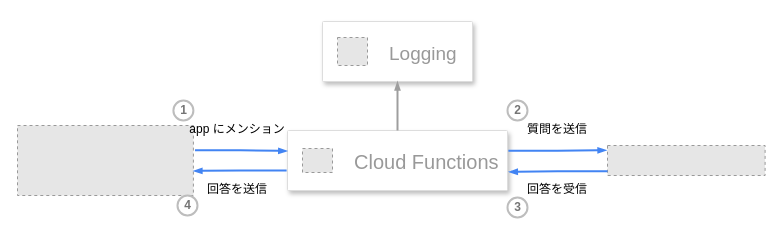
y-tsuritani/SlackChatbot_like_ChatGPT keeps this draw.io diagram as img/architecture.drawio. Above is the earlier version. Source tidied: cells renumbered, new cells numbered last; positions are measured from the earlier drawing's top-left corner, leaving out a move shared by most shapes. Both pictures are drawn from the tidied source at 100%, with x=0, y=0 at pixel (17, 21). Pictures stored in the file or linked from it are replaced by grey dashed boxes.
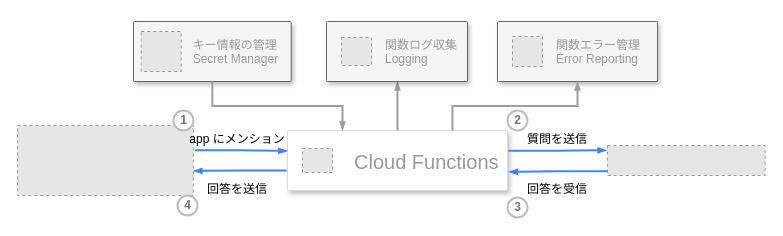
Above is the later version.

Unchanged cells that the change refers to:
```xml
<mxCell id="4" style="strokeColor=#dddddd;shadow=1;strokeWidth=1;rounded=1;absoluteArcSize=1;arcSize=2;" parent="1" vertex="1">
  <mxGeometry x="270" y="109" width="220" height="60" as="geometry" />
</mxCell>
```

What changed in the source:
```diff
@@
-    <mxCell id="6" style="strokeColor=#dddddd;shadow=1;strokeWidth=1;rounded=1;absoluteArcSize=1;arcSize=2;" parent="1" vertex="1">
-      <mxGeometry x="305" width="150" height="60" as="geometry" />
-    </mxCell>
-    <mxCell id="7" value="Logging" style="fillColor=#E6E6E6;strokeColor=#999999;dashed=1;fontColor=#999999;verticalLabelPosition=middle;labelBackgroundColor=#ffffff;verticalAlign=middle;labelPosition=right;align=left;spacingLeft=20;fontSize=19;" parent="6" vertex="1">
-      <mxGeometry width="30" height="28" relative="1" as="geometry">
-        <mxPoint x="15" y="16" as="offset" />
-      </mxGeometry>
-    </mxCell>
@@
-    <mxCell id="12" style="edgeStyle=orthogonalEdgeStyle;fontSize=12;html=1;endArrow=blockThin;endFill=1;rounded=0;strokeWidth=2;endSize=4;startSize=4;dashed=0;strokeColor=#9E9E9E;entryX=0.5;entryY=1;entryDx=0;entryDy=0;exitX=0.5;exitY=0;exitDx=0;exitDy=0;" parent="1" edge="1" source="4" target="6">
-      <mxGeometry relative="1" as="geometry" />
+    <mxCell id="12" style="edgeStyle=orthogonalEdgeStyle;fontSize=12;html=1;endArrow=blockThin;endFill=1;rounded=0;strokeWidth=2;endSize=4;startSize=4;dashed=0;strokeColor=#9E9E9E;entryX=0.5;entryY=1;entryDx=0;entryDy=0;exitX=0.5;exitY=0;exitDx=0;exitDy=0;" parent="1" edge="1" source="4">
+      <mxGeometry relative="1" as="geometry">
+        <mxPoint x="380" y="60" as="targetPoint" />
+      </mxGeometry>
     </mxCell>
     <mxCell id="13" value="&lt;font style=&quot;font-size: 12px;&quot;&gt;app にメンション&lt;/font&gt;" style="text;strokeColor=none;align=center;fillColor=none;html=1;verticalAlign=middle;whiteSpace=wrap;rounded=0;fontSize=12;spacing=0;" parent="1" vertex="1">
-      <mxGeometry x="170" y="99" width="100" height="17" as="geometry" />
+      <mxGeometry x="170" y="109" width="100" height="17" as="geometry" />
     </mxCell>
@@
     <mxCell id="15" value="&lt;font style=&quot;font-size: 12px;&quot;&gt;質問を送信&lt;/font&gt;" style="text;strokeColor=none;align=center;fillColor=none;html=1;verticalAlign=middle;whiteSpace=wrap;rounded=0;fontSize=12;spacing=0;" parent="1" vertex="1">
-      <mxGeometry x="490" y="99" width="100" height="17" as="geometry" />
+      <mxGeometry x="490" y="109" width="100" height="17" as="geometry" />
     </mxCell>
@@
     <mxCell id="17" value="1" style="shape=ellipse;perimeter=ellipsePerimeter;strokeColor=#BDBDBD;strokeWidth=2;shadow=0;gradientColor=none;fontColor=#757575;align=center;html=1;fontStyle=1;spacingTop=-1;fontSize=12;" parent="1" vertex="1">
-      <mxGeometry x="155.9" y="79" width="20" height="20" as="geometry" />
+      <mxGeometry x="155.9" y="89" width="20" height="20" as="geometry" />
     </mxCell>
     <mxCell id="18" value="2" style="shape=ellipse;perimeter=ellipsePerimeter;strokeColor=#BDBDBD;strokeWidth=2;shadow=0;gradientColor=none;fontColor=#757575;align=center;html=1;fontStyle=1;spacingTop=-1;fontSize=12;" parent="1" vertex="1">
-      <mxGeometry x="490" y="79" width="20" height="20" as="geometry" />
+      <mxGeometry x="490" y="89" width="20" height="20" as="geometry" />
     </mxCell>
@@
+    <mxCell id="21" style="strokeColor=#666666;shadow=1;strokeWidth=1;rounded=1;absoluteArcSize=1;arcSize=2;fillColor=#f5f5f5;fontColor=#333333;" parent="1" vertex="1">
+      <mxGeometry x="480" width="160" height="60" as="geometry" />
+    </mxCell>
+    <mxCell id="22" value="関数エラー管理&#10;Error Reporting" style="fillColor=#E6E6E6;strokeColor=#999999;dashed=1;fontColor=#999999;verticalLabelPosition=middle;labelBackgroundColor=none;verticalAlign=middle;labelPosition=right;align=left;spacingLeft=12;" parent="21" vertex="1">
+      <mxGeometry width="30" height="30" relative="1" as="geometry">
+        <mxPoint x="15" y="15" as="offset" />
+      </mxGeometry>
+    </mxCell>
+    <mxCell id="23" style="strokeColor=#666666;shadow=1;strokeWidth=1;rounded=1;absoluteArcSize=1;arcSize=2;fillColor=#f5f5f5;fontColor=#585858;" parent="1" vertex="1">
+      <mxGeometry x="309" width="141" height="60" as="geometry" />
+    </mxCell>
+    <mxCell id="24" value="関数ログ収集&#10;Logging" style="fillColor=#E6E6E6;strokeColor=#999999;dashed=1;fontColor=#999999;verticalLabelPosition=middle;labelBackgroundColor=none;verticalAlign=middle;labelPosition=right;align=left;spacingLeft=12;" parent="23" vertex="1">
+      <mxGeometry width="30" height="28" relative="1" as="geometry">
+        <mxPoint x="15" y="16" as="offset" />
+      </mxGeometry>
+    </mxCell>
+    <mxCell id="25" style="group;" parent="1" vertex="1">
+      <mxGeometry x="116" width="157.7" height="60" as="geometry" />
+    </mxCell>
+    <mxCell id="26" style="strokeColor=#666666;shadow=1;strokeWidth=1;rounded=1;absoluteArcSize=1;arcSize=2;fillColor=#f5f5f5;fontColor=#585858;" parent="25" vertex="1">
+      <mxGeometry width="157.7" height="60" as="geometry" />
+    </mxCell>
+    <mxCell id="27" value="キー情報の管理&#10;Secret Manager" style="fillColor=#E6E6E6;strokeColor=#999999;dashed=1;verticalLabelPosition=middle;labelBackgroundColor=none;verticalAlign=middle;fontColor=#999999;align=left;labelPosition=right;spacing=12;" parent="25" vertex="1">
+      <mxGeometry x="7.7" y="10" width="40" height="40" as="geometry" />
+    </mxCell>
+    <mxCell id="28" style="edgeStyle=orthogonalEdgeStyle;fontSize=12;html=1;endArrow=blockThin;endFill=1;rounded=0;strokeWidth=2;endSize=4;startSize=4;dashed=0;strokeColor=#9E9E9E;exitX=0.5;exitY=1;exitDx=0;exitDy=0;entryX=0.25;entryY=0;entryDx=0;entryDy=0;" parent="1" edge="1" source="26" target="4">
+      <mxGeometry relative="1" as="geometry" />
+    </mxCell>
+    <mxCell id="29" style="edgeStyle=orthogonalEdgeStyle;fontSize=12;html=1;endArrow=blockThin;endFill=1;rounded=0;strokeWidth=2;endSize=4;startSize=4;dashed=0;strokeColor=#9E9E9E;entryX=0.5;entryY=1;entryDx=0;entryDy=0;exitX=0.75;exitY=0;exitDx=0;exitDy=0;" parent="1" edge="1" source="4" target="21">
+      <mxGeometry relative="1" as="geometry" />
+    </mxCell>
```
